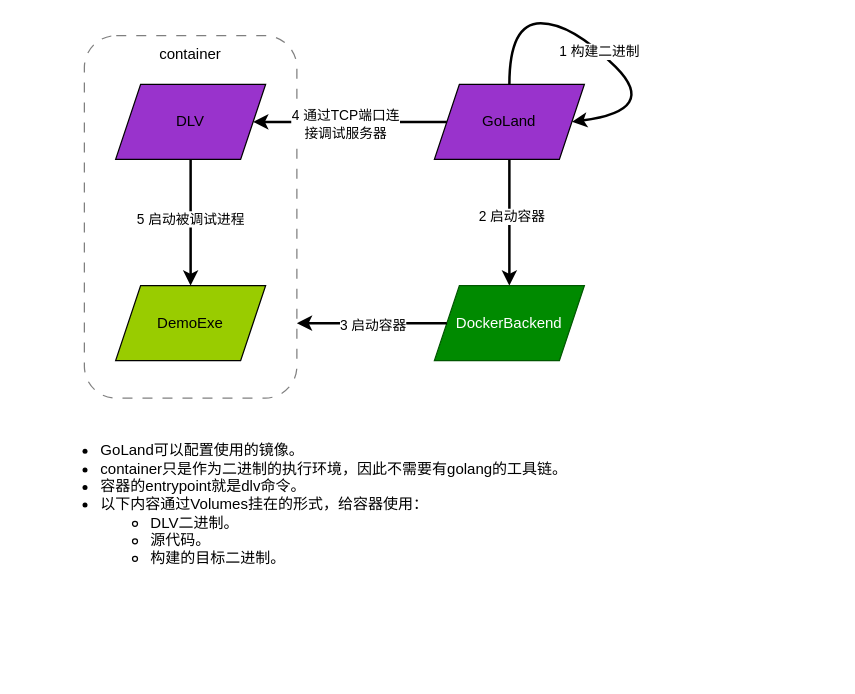
ethanvc/quickstart keeps this draw.io diagram as goland_debug_with_docker/GolandDockerSupport.drawio. Above is the earlier version. Source tidied: cells renumbered, new cells numbered last; positions are measured from the earlier drawing's top-left corner, leaving out a move shared by most shapes. Both pictures are drawn from the tidied source at 125%, with x=0, y=0 at pixel (21, 22).
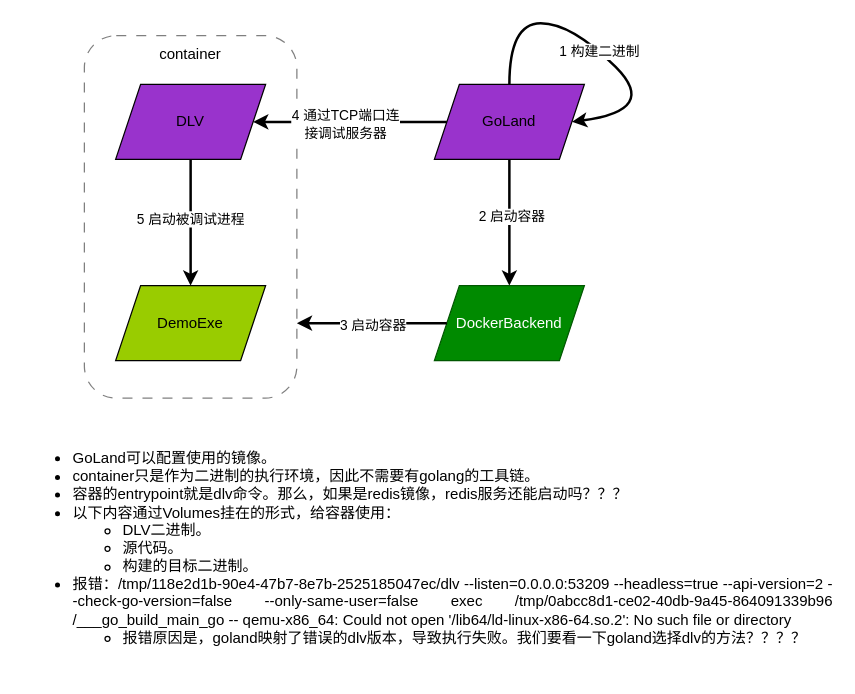
The same page after the edit.

Diff of the diagram source:
```diff
@@
-    <mxCell id="4" value="&lt;div style=&quot;text-align: justify;&quot;&gt;&lt;ul&gt;&lt;li&gt;&lt;span style=&quot;background-color: initial;&quot;&gt;GoLand可以配置使用的镜像。&lt;/span&gt;&lt;br&gt;&lt;/li&gt;&lt;li&gt;container只是作为二进制的执行环境，因此不需要有golang的工具链。&lt;/li&gt;&lt;li&gt;容器的entrypoint就是dlv命令。&lt;/li&gt;&lt;li&gt;以下内容通过Volumes挂在的形式，给容器使用：&lt;/li&gt;&lt;ul&gt;&lt;li&gt;DLV二进制。&lt;/li&gt;&lt;li&gt;源代码。&lt;/li&gt;&lt;li&gt;构建的目标二进制。&lt;/li&gt;&lt;/ul&gt;&lt;/ul&gt;&lt;/div&gt;" style="text;html=1;strokeColor=none;fillColor=none;align=center;verticalAlign=middle;whiteSpace=wrap;rounded=0;" parent="1" vertex="1">
-      <mxGeometry y="320" width="460" height="130" as="geometry" />
+    <mxCell id="4" value="&lt;div style=&quot;text-align: justify;&quot;&gt;&lt;ul&gt;&lt;li&gt;&lt;span style=&quot;background-color: initial;&quot;&gt;GoLand可以配置使用的镜像。&lt;/span&gt;&lt;br&gt;&lt;/li&gt;&lt;li&gt;container只是作为二进制的执行环境，因此不需要有golang的工具链。&lt;/li&gt;&lt;li&gt;容器的entrypoint就是dlv命令。那么，如果是redis镜像，redis服务还能启动吗？？？&lt;/li&gt;&lt;li&gt;以下内容通过Volumes挂在的形式，给容器使用：&lt;/li&gt;&lt;ul&gt;&lt;li&gt;DLV二进制。&lt;/li&gt;&lt;li&gt;源代码。&lt;/li&gt;&lt;li&gt;构建的目标二进制。&lt;/li&gt;&lt;/ul&gt;&lt;li&gt;报错：/tmp/118e2d1b-90e4-47b7-8e7b-2525185047ec/dlv --listen=0.0.0.0:53209 --headless=true --api-version=2 --check-go-version=false --only-same-user=false exec /tmp/0abcc8d1-ce02-40db-9a45-864091339b96 /___go_build_main_go -- qemu-x86_64: Could not open '/lib64/ld-linux-x86-64.so.2': No such file or directory&lt;/li&gt;&lt;ul&gt;&lt;li&gt;报错原因是，goland映射了错误的dlv版本，导致执行失败。我们要看一下goland选择dlv的方法？？？？&lt;/li&gt;&lt;/ul&gt;&lt;/ul&gt;&lt;/div&gt;" style="text;html=1;strokeColor=none;fillColor=none;align=center;verticalAlign=middle;whiteSpace=wrap;rounded=0;" parent="1" vertex="1">
+      <mxGeometry y="320" width="650" height="200" as="geometry" />
     </mxCell>
```
